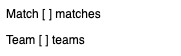
Earlier version of the draw.io export TurneringClassDiagram.png (Peter-Rambeck/Tournament-1). Source tidied: cells renumbered, new cells last; positions are measured from the earlier drawing's top-left corner, leaving out a move shared by most shapes.
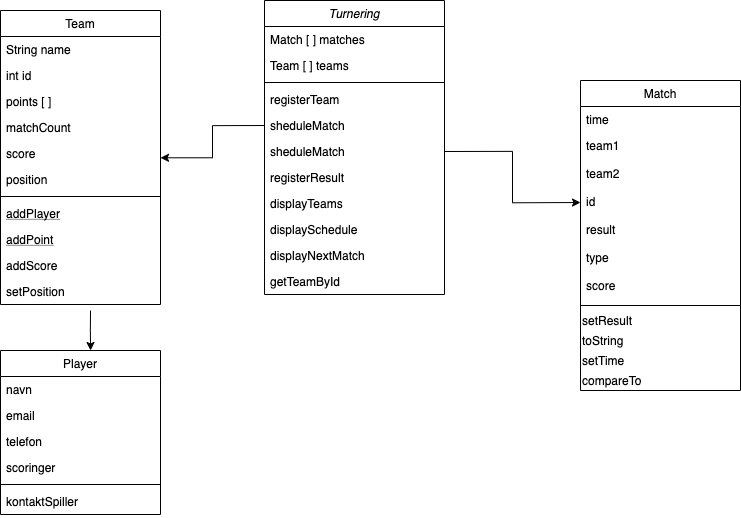
The same diagram one commit later.

What changed in the source:
```diff
@@ -2,11 +2,148 @@
   <root>
     <mxCell id="0" />
     <mxCell id="1" parent="0" />
-    <mxCell id="2" value="Match [ ] matches" style="text;align=left;verticalAlign=top;spacingLeft=4;spacingRight=4;overflow=hidden;" parent="1" vertex="1">
-      <mxGeometry width="180" height="26" as="geometry" />
+    <mxCell id="2" value="Turnering" style="swimlane;fontStyle=2;align=center;verticalAlign=top;horizontal=1;startSize=26;rounded=0;shadow=0;strokeWidth=1;" parent="1" vertex="1">
+      <mxGeometry width="180" height="294" as="geometry" />
     </mxCell>
-    <mxCell id="3" value="Team [ ] teams" style="text;align=left;verticalAlign=top;spacingLeft=4;spacingRight=4;overflow=hidden;rounded=0;shadow=0;html=0;" parent="1" vertex="1">
+    <mxCell id="3" value="Match [ ] matches" style="text;align=left;verticalAlign=top;spacingLeft=4;spacingRight=4;overflow=hidden;" parent="2" vertex="1">
       <mxGeometry y="26" width="180" height="26" as="geometry" />
     </mxCell>
+    <mxCell id="4" value="Team [ ] teams" style="text;align=left;verticalAlign=top;spacingLeft=4;spacingRight=4;overflow=hidden;rounded=0;shadow=0;html=0;" parent="2" vertex="1">
+      <mxGeometry y="52" width="180" height="26" as="geometry" />
+    </mxCell>
+    <mxCell id="5" style="line;html=1;strokeWidth=1;align=left;verticalAlign=middle;spacingTop=-1;spacingLeft=3;spacingRight=3;labelPosition=right;" parent="2" vertex="1">
+      <mxGeometry y="78" width="180" height="8" as="geometry" />
+    </mxCell>
+    <mxCell id="6" value="registerTeam" style="text;align=left;verticalAlign=top;spacingLeft=4;spacingRight=4;overflow=hidden;" parent="2" vertex="1">
+      <mxGeometry y="86" width="180" height="26" as="geometry" />
+    </mxCell>
+    <mxCell id="7" value="sheduleMatch" style="text;align=left;verticalAlign=top;spacingLeft=4;spacingRight=4;overflow=hidden;points=[[0,0.5],[1,0.5]];portConstraint=eastwest;" parent="2" vertex="1">
+      <mxGeometry y="112" width="180" height="26" as="geometry" />
+    </mxCell>
+    <mxCell id="8" value="sheduleMatch" style="text;align=left;verticalAlign=top;spacingLeft=4;spacingRight=4;overflow=hidden;points=[[0,0.5],[1,0.5]];portConstraint=eastwest;" parent="2" vertex="1">
+      <mxGeometry y="138" width="180" height="26" as="geometry" />
+    </mxCell>
+    <mxCell id="9" value="registerResult" style="text;align=left;verticalAlign=top;spacingLeft=4;spacingRight=4;overflow=hidden;" parent="2" vertex="1">
+      <mxGeometry y="164" width="180" height="26" as="geometry" />
+    </mxCell>
+    <mxCell id="10" value="displayTeams" style="text;align=left;verticalAlign=top;spacingLeft=4;spacingRight=4;overflow=hidden;" parent="2" vertex="1">
+      <mxGeometry y="190" width="180" height="26" as="geometry" />
+    </mxCell>
+    <mxCell id="11" value="displaySchedule" style="text;align=left;verticalAlign=top;spacingLeft=4;spacingRight=4;overflow=hidden;" parent="2" vertex="1">
+      <mxGeometry y="216" width="180" height="26" as="geometry" />
+    </mxCell>
+    <mxCell id="12" value="displayNextMatch" style="text;align=left;verticalAlign=top;spacingLeft=4;spacingRight=4;overflow=hidden;" parent="2" vertex="1">
+      <mxGeometry y="242" width="180" height="26" as="geometry" />
+    </mxCell>
+    <mxCell id="13" value="getTeamById" style="text;align=left;verticalAlign=top;spacingLeft=4;spacingRight=4;overflow=hidden;" parent="2" vertex="1">
+      <mxGeometry y="268" width="180" height="26" as="geometry" />
+    </mxCell>
+    <mxCell id="14" style="edgeStyle=orthogonalEdgeStyle;rounded=0;jettySize=auto;html=1;entryX=0.563;entryY=0;entryDx=0;entryDy=0;entryPerimeter=0;" parent="1" edge="1" target="28">
+      <mxGeometry relative="1" as="geometry">
+        <mxPoint x="-174" y="310" as="sourcePoint" />
+      </mxGeometry>
+    </mxCell>
+    <mxCell id="15" style="edgeStyle=orthogonalEdgeStyle;rounded=0;jettySize=auto;html=1;exitX=0;exitY=0.5;exitDx=0;exitDy=0;" parent="1" edge="1" source="7" target="16">
+      <mxGeometry relative="1" as="geometry" />
+    </mxCell>
+    <mxCell id="16" value="Team" style="swimlane;fontStyle=0;align=center;verticalAlign=top;horizontal=1;startSize=26;rounded=0;shadow=0;strokeWidth=1;" parent="1" vertex="1">
+      <mxGeometry x="-264" y="10" width="160" height="294" as="geometry" />
+    </mxCell>
+    <mxCell id="17" value="String name" style="text;align=left;verticalAlign=top;spacingLeft=4;spacingRight=4;overflow=hidden;" parent="16" vertex="1">
+      <mxGeometry y="26" width="160" height="26" as="geometry" />
+    </mxCell>
+    <mxCell id="18" value="int id" style="text;align=left;verticalAlign=top;spacingLeft=4;spacingRight=4;overflow=hidden;" parent="16" vertex="1">
+      <mxGeometry y="52" width="160" height="26" as="geometry" />
+    </mxCell>
+    <mxCell id="19" value="points [ ]" style="text;align=left;verticalAlign=top;spacingLeft=4;spacingRight=4;overflow=hidden;" parent="16" vertex="1">
+      <mxGeometry y="78" width="160" height="26" as="geometry" />
+    </mxCell>
+    <mxCell id="20" value="matchCount" style="text;align=left;verticalAlign=top;spacingLeft=4;spacingRight=4;overflow=hidden;" parent="16" vertex="1">
+      <mxGeometry y="104" width="160" height="26" as="geometry" />
+    </mxCell>
+    <mxCell id="21" value="score" style="text;align=left;verticalAlign=top;spacingLeft=4;spacingRight=4;overflow=hidden;" parent="16" vertex="1">
+      <mxGeometry y="130" width="160" height="26" as="geometry" />
+    </mxCell>
+    <mxCell id="22" value="position" style="text;align=left;verticalAlign=top;spacingLeft=4;spacingRight=4;overflow=hidden;" parent="16" vertex="1">
+      <mxGeometry y="156" width="160" height="26" as="geometry" />
+    </mxCell>
+    <mxCell id="23" style="line;html=1;strokeWidth=1;align=left;verticalAlign=middle;spacingTop=-1;spacingLeft=3;spacingRight=3;labelPosition=right;" parent="16" vertex="1">
+      <mxGeometry y="182" width="160" height="8" as="geometry" />
+    </mxCell>
+    <mxCell id="24" value="addPlayer" style="text;align=left;verticalAlign=top;spacingLeft=4;spacingRight=4;overflow=hidden;fontStyle=4;" parent="16" vertex="1">
+      <mxGeometry y="190" width="160" height="26" as="geometry" />
+    </mxCell>
+    <mxCell id="25" value="addPoint" style="text;align=left;verticalAlign=top;spacingLeft=4;spacingRight=4;overflow=hidden;fontStyle=4;" parent="16" vertex="1">
+      <mxGeometry y="216" width="160" height="26" as="geometry" />
+    </mxCell>
+    <mxCell id="26" value="addScore" style="text;align=left;verticalAlign=top;spacingLeft=4;spacingRight=4;overflow=hidden;" parent="16" vertex="1">
+      <mxGeometry y="242" width="160" height="26" as="geometry" />
+    </mxCell>
+    <mxCell id="27" value="setPosition" style="text;align=left;verticalAlign=top;spacingLeft=4;spacingRight=4;overflow=hidden;" parent="16" vertex="1">
+      <mxGeometry y="268" width="160" height="26" as="geometry" />
+    </mxCell>
+    <mxCell id="28" value="Player" style="swimlane;fontStyle=0;align=center;verticalAlign=top;horizontal=1;startSize=26;rounded=0;shadow=0;strokeWidth=1;" parent="1" vertex="1">
+      <mxGeometry x="-264" y="350" width="160" height="164" as="geometry" />
+    </mxCell>
+    <mxCell id="29" value="navn" style="text;align=left;verticalAlign=top;spacingLeft=4;spacingRight=4;overflow=hidden;" parent="28" vertex="1">
+      <mxGeometry y="26" width="160" height="26" as="geometry" />
+    </mxCell>
+    <mxCell id="30" value="email" style="text;align=left;verticalAlign=top;spacingLeft=4;spacingRight=4;overflow=hidden;" parent="28" vertex="1">
+      <mxGeometry y="52" width="160" height="26" as="geometry" />
+    </mxCell>
+    <mxCell id="31" value="telefon" style="text;align=left;verticalAlign=top;spacingLeft=4;spacingRight=4;overflow=hidden;" parent="28" vertex="1">
+      <mxGeometry y="78" width="160" height="26" as="geometry" />
+    </mxCell>
+    <mxCell id="32" value="scoringer" style="text;align=left;verticalAlign=top;spacingLeft=4;spacingRight=4;overflow=hidden;" parent="28" vertex="1">
+      <mxGeometry y="104" width="160" height="26" as="geometry" />
+    </mxCell>
+    <mxCell id="33" style="line;html=1;strokeWidth=1;align=left;verticalAlign=middle;spacingTop=-1;spacingLeft=3;spacingRight=3;labelPosition=right;" parent="28" vertex="1">
+      <mxGeometry y="130" width="160" height="8" as="geometry" />
+    </mxCell>
+    <mxCell id="34" value="kontaktSpiller" style="text;align=left;verticalAlign=top;spacingLeft=4;spacingRight=4;overflow=hidden;" parent="28" vertex="1">
+      <mxGeometry y="138" width="160" height="26" as="geometry" />
+    </mxCell>
+    <mxCell id="35" value="Match" style="swimlane;fontStyle=0;align=center;verticalAlign=top;horizontal=1;startSize=26;rounded=0;shadow=0;strokeWidth=1;" parent="1" vertex="1">
+      <mxGeometry x="316" y="80" width="160" height="310" as="geometry" />
+    </mxCell>
+    <mxCell id="36" value="time" style="text;align=left;verticalAlign=top;spacingLeft=4;spacingRight=4;overflow=hidden;" parent="35" vertex="1">
+      <mxGeometry y="26" width="160" height="26" as="geometry" />
+    </mxCell>
+    <mxCell id="37" value="team1" style="text;align=left;verticalAlign=top;spacingLeft=4;spacingRight=4;overflow=hidden;" parent="35" vertex="1">
+      <mxGeometry y="52" width="160" height="28" as="geometry" />
+    </mxCell>
+    <mxCell id="38" value="team2" style="text;align=left;verticalAlign=top;spacingLeft=4;spacingRight=4;overflow=hidden;" parent="35" vertex="1">
+      <mxGeometry y="80" width="160" height="28" as="geometry" />
+    </mxCell>
+    <mxCell id="39" value="id" style="text;align=left;verticalAlign=top;spacingLeft=4;spacingRight=4;overflow=hidden;points=[[0,0.5],[1,0.5]];portConstraint=eastwest;" parent="35" vertex="1">
+      <mxGeometry y="108" width="160" height="28" as="geometry" />
+    </mxCell>
+    <mxCell id="40" value="result" style="text;align=left;verticalAlign=top;spacingLeft=4;spacingRight=4;overflow=hidden;" parent="35" vertex="1">
+      <mxGeometry y="136" width="160" height="28" as="geometry" />
+    </mxCell>
+    <mxCell id="41" value="type" style="text;align=left;verticalAlign=top;spacingLeft=4;spacingRight=4;overflow=hidden;" parent="35" vertex="1">
+      <mxGeometry y="164" width="160" height="28" as="geometry" />
+    </mxCell>
+    <mxCell id="42" value="score" style="text;align=left;verticalAlign=top;spacingLeft=4;spacingRight=4;overflow=hidden;" parent="35" vertex="1">
+      <mxGeometry y="192" width="160" height="28" as="geometry" />
+    </mxCell>
+    <mxCell id="43" style="line;html=1;strokeWidth=1;align=left;verticalAlign=middle;spacingTop=-1;spacingLeft=3;spacingRight=3;labelPosition=right;" parent="35" vertex="1">
+      <mxGeometry y="220" width="160" height="10" as="geometry" />
+    </mxCell>
+    <mxCell id="44" value="setResult" style="text;html=1;align=left;verticalAlign=middle;" parent="35" vertex="1">
+      <mxGeometry y="230" width="160" height="20" as="geometry" />
+    </mxCell>
+    <mxCell id="45" value="toString" style="text;html=1;align=left;verticalAlign=middle;" parent="35" vertex="1">
+      <mxGeometry y="250" width="160" height="20" as="geometry" />
+    </mxCell>
+    <mxCell id="46" value="setTime" style="text;html=1;align=left;verticalAlign=middle;" parent="35" vertex="1">
+      <mxGeometry y="270" width="160" height="20" as="geometry" />
+    </mxCell>
+    <mxCell id="47" value="compareTo" style="text;html=1;align=left;verticalAlign=middle;" parent="35" vertex="1">
+      <mxGeometry y="290" width="160" height="20" as="geometry" />
+    </mxCell>
+    <mxCell id="48" style="edgeStyle=orthogonalEdgeStyle;rounded=0;jettySize=auto;html=1;exitX=1;exitY=0.5;exitDx=0;exitDy=0;entryX=0;entryY=0.5;entryDx=0;entryDy=0;" parent="1" edge="1" source="8" target="39">
+      <mxGeometry relative="1" as="geometry" />
+    </mxCell>
   </root>
 </mxGraphModel>
```
